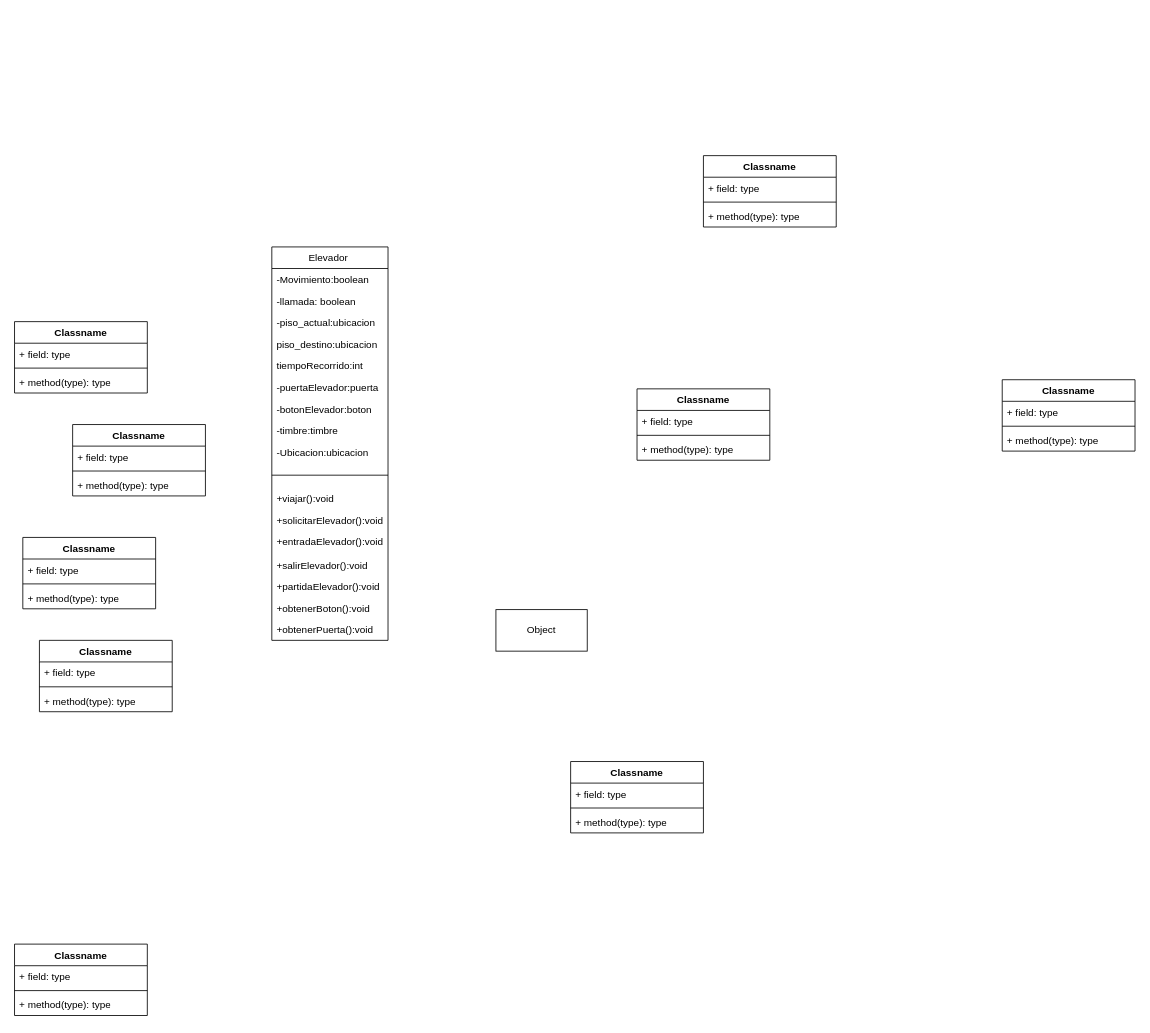
Earlier version of the draw.io diagram Diagrama sin título.drawio (josearpa123/Ascensor). Source tidied: cells renumbered, new cells numbered last; positions are measured from the earlier drawing's top-left corner, leaving out a move shared by most shapes. Both pictures are drawn from the tidied source at 83%, with x=0, y=0 at pixel (14, 155).
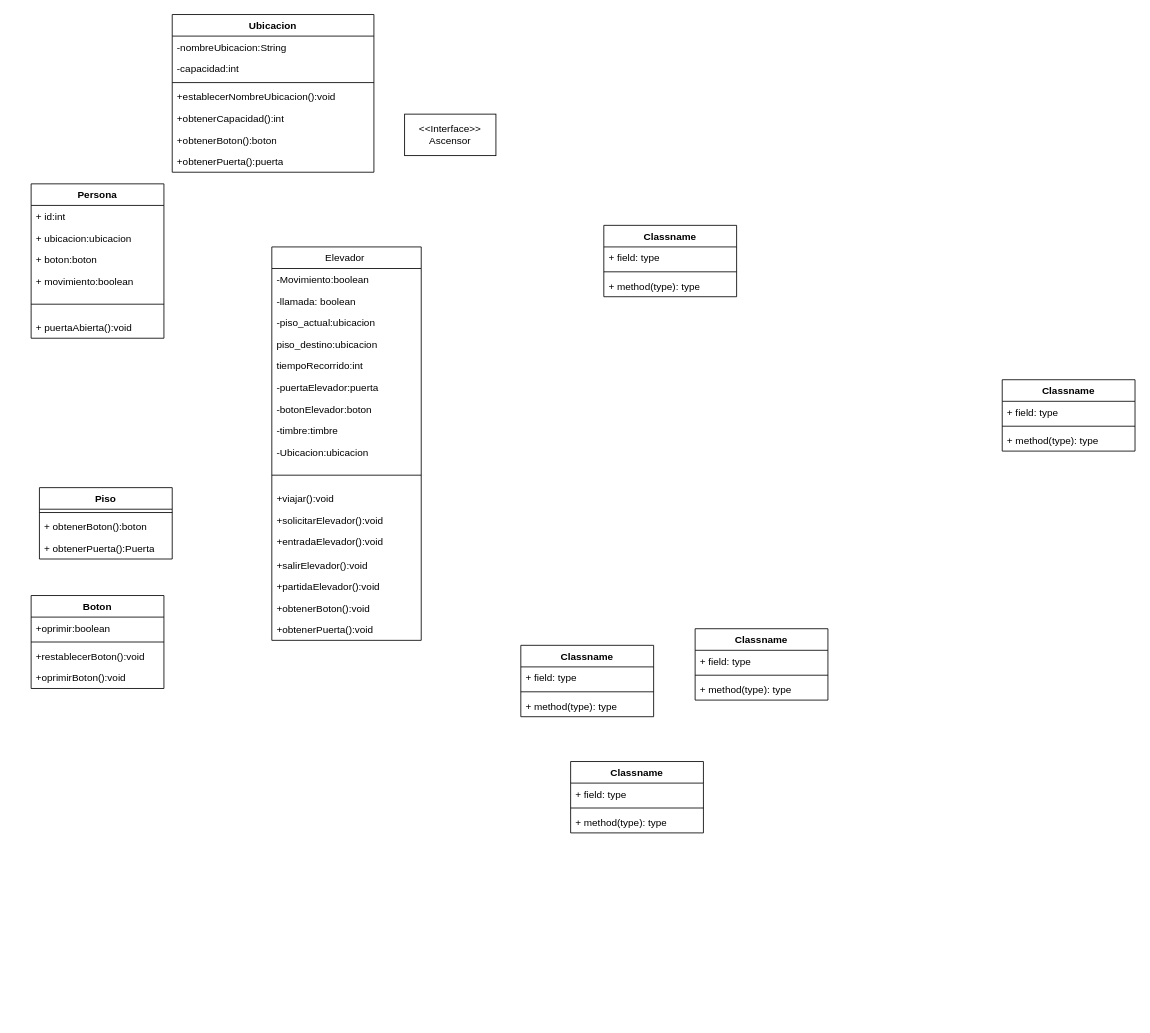
The same diagram, later.

Change to the diagram source:
```diff
@@
     <mxCell id="2" value="Elevador " style="swimlane;fontStyle=0;align=center;verticalAlign=top;horizontal=1;startSize=26;rounded=0;shadow=0;strokeWidth=1;" parent="1" vertex="1">
-      <mxGeometry x="310" y="110" width="140" height="474" as="geometry" />
+      <mxGeometry x="310" y="110" width="180" height="474" as="geometry" />
     </mxCell>
     <mxCell id="3" value="-Movimiento:boolean" style="text;align=left;verticalAlign=top;spacingLeft=4;spacingRight=4;overflow=hidden;" parent="2" vertex="1">
-      <mxGeometry y="26" width="140" height="26" as="geometry" />
+      <mxGeometry y="26" width="180" height="26" as="geometry" />
     </mxCell>
     <mxCell id="4" value="-llamada: boolean" style="text;align=left;verticalAlign=top;spacingLeft=4;spacingRight=4;overflow=hidden;rounded=0;shadow=0;html=0;" parent="2" vertex="1">
-      <mxGeometry y="52" width="140" height="26" as="geometry" />
+      <mxGeometry y="52" width="180" height="26" as="geometry" />
     </mxCell>
     <mxCell id="5" value="-piso_actual:ubicacion" style="text;align=left;verticalAlign=top;spacingLeft=4;spacingRight=4;overflow=hidden;rounded=0;shadow=0;html=0;" parent="2" vertex="1">
-      <mxGeometry y="78" width="140" height="26" as="geometry" />
+      <mxGeometry y="78" width="180" height="26" as="geometry" />
     </mxCell>
     <mxCell id="6" value="piso_destino:ubicacion" style="text;align=left;verticalAlign=top;spacingLeft=4;spacingRight=4;overflow=hidden;rounded=0;shadow=0;html=0;" parent="2" vertex="1">
-      <mxGeometry y="104" width="140" height="26" as="geometry" />
+      <mxGeometry y="104" width="180" height="26" as="geometry" />
     </mxCell>
     <mxCell id="7" value="tiempoRecorrido:int" style="text;align=left;verticalAlign=top;spacingLeft=4;spacingRight=4;overflow=hidden;rounded=0;shadow=0;html=0;" parent="2" vertex="1">
-      <mxGeometry y="130" width="140" height="26" as="geometry" />
+      <mxGeometry y="130" width="180" height="26" as="geometry" />
     </mxCell>
     <mxCell id="8" value="-puertaElevador:puerta" style="text;align=left;verticalAlign=top;spacingLeft=4;spacingRight=4;overflow=hidden;rounded=0;shadow=0;html=0;" parent="2" vertex="1">
-      <mxGeometry y="156" width="140" height="26" as="geometry" />
+      <mxGeometry y="156" width="180" height="26" as="geometry" />
     </mxCell>
     <mxCell id="9" value="-botonElevador:boton" style="text;align=left;verticalAlign=top;spacingLeft=4;spacingRight=4;overflow=hidden;rounded=0;shadow=0;html=0;" parent="2" vertex="1">
-      <mxGeometry y="182" width="140" height="26" as="geometry" />
+      <mxGeometry y="182" width="180" height="26" as="geometry" />
     </mxCell>
     <mxCell id="10" value="-timbre:timbre" style="text;align=left;verticalAlign=top;spacingLeft=4;spacingRight=4;overflow=hidden;rounded=0;shadow=0;html=0;" parent="2" vertex="1">
-      <mxGeometry y="208" width="140" height="26" as="geometry" />
+      <mxGeometry y="208" width="180" height="26" as="geometry" />
     </mxCell>
     <mxCell id="11" value="-Ubicacion:ubicacion&#10;" style="text;align=left;verticalAlign=top;spacingLeft=4;spacingRight=4;overflow=hidden;rounded=0;shadow=0;html=0;" parent="2" vertex="1">
-      <mxGeometry y="234" width="140" height="26" as="geometry" />
+      <mxGeometry y="234" width="180" height="26" as="geometry" />
     </mxCell>
     <mxCell id="12" style="line;html=1;strokeWidth=1;align=left;verticalAlign=middle;spacingTop=-1;spacingLeft=3;spacingRight=3;labelPosition=right;" parent="2" vertex="1">
-      <mxGeometry y="260" width="140" height="30" as="geometry" />
+      <mxGeometry y="260" width="180" height="30" as="geometry" />
     </mxCell>
     <mxCell id="13" value="+viajar():void" style="text;align=left;verticalAlign=top;spacingLeft=4;spacingRight=4;overflow=hidden;" parent="2" vertex="1">
-      <mxGeometry y="290" width="140" height="26" as="geometry" />
+      <mxGeometry y="290" width="180" height="26" as="geometry" />
     </mxCell>
     <mxCell id="14" value="+solicitarElevador():void" style="text;align=left;verticalAlign=top;spacingLeft=4;spacingRight=4;overflow=hidden;" parent="2" vertex="1">
-      <mxGeometry y="316" width="140" height="26" as="geometry" />
+      <mxGeometry y="316" width="180" height="26" as="geometry" />
     </mxCell>
     <mxCell id="15" value="+entradaElevador():void" style="text;align=left;verticalAlign=top;spacingLeft=4;spacingRight=4;overflow=hidden;" parent="2" vertex="1">
-      <mxGeometry y="342" width="140" height="28" as="geometry" />
+      <mxGeometry y="342" width="180" height="28" as="geometry" />
     </mxCell>
     <mxCell id="16" value="+salirElevador():void" style="text;align=left;verticalAlign=top;spacingLeft=4;spacingRight=4;overflow=hidden;" parent="2" vertex="1">
-      <mxGeometry y="370" width="140" height="26" as="geometry" />
+      <mxGeometry y="370" width="180" height="26" as="geometry" />
     </mxCell>
     <mxCell id="17" value="+partidaElevador():void" style="text;align=left;verticalAlign=top;spacingLeft=4;spacingRight=4;overflow=hidden;" parent="2" vertex="1">
-      <mxGeometry y="396" width="140" height="26" as="geometry" />
+      <mxGeometry y="396" width="180" height="26" as="geometry" />
     </mxCell>
     <mxCell id="18" value="+obtenerBoton():void" style="text;align=left;verticalAlign=top;spacingLeft=4;spacingRight=4;overflow=hidden;" parent="2" vertex="1">
-      <mxGeometry y="422" width="140" height="26" as="geometry" />
+      <mxGeometry y="422" width="180" height="26" as="geometry" />
     </mxCell>
     <mxCell id="19" value="+obtenerPuerta():void" style="text;align=left;verticalAlign=top;spacingLeft=4;spacingRight=4;overflow=hidden;" parent="2" vertex="1">
-      <mxGeometry y="448" width="140" height="26" as="geometry" />
+      <mxGeometry y="448" width="180" height="26" as="geometry" />
     </mxCell>
     <mxCell id="20" value="Classname" style="swimlane;fontStyle=1;align=center;verticalAlign=top;horizontal=1;startSize=26;whiteSpace=wrap;html=1;" parent="1" vertex="1">
-      <mxGeometry x="10" y="460" width="160" height="86" as="geometry" />
+      <mxGeometry x="820" y="570" width="160" height="86" as="geometry" />
     </mxCell>
@@
     <mxCell id="24" value="Classname" style="swimlane;fontStyle=1;align=center;verticalAlign=top;horizontal=1;startSize=26;whiteSpace=wrap;html=1;" parent="1" vertex="1">
-      <mxGeometry x="70" y="324" width="160" height="86" as="geometry" />
+      <mxGeometry x="710" y="84" width="160" height="86" as="geometry" />
     </mxCell>
@@
-    <mxCell id="28" value="Classname" style="swimlane;fontStyle=1;align=center;verticalAlign=top;horizontal=1;startSize=26;whiteSpace=wrap;html=1;" parent="1" vertex="1">
-      <mxGeometry y="200" width="160" height="86" as="geometry" />
+    <mxCell id="28" value="Boton" style="swimlane;fontStyle=1;align=center;verticalAlign=top;horizontal=1;startSize=26;whiteSpace=wrap;html=1;" parent="1" vertex="1">
+      <mxGeometry x="20" y="530" width="160" height="112" as="geometry" />
     </mxCell>
-    <mxCell id="29" value="+ field: type" style="text;strokeColor=none;fillColor=none;align=left;verticalAlign=top;spacingLeft=4;spacingRight=4;overflow=hidden;whiteSpace=wrap;html=1;" parent="28" vertex="1">
+    <mxCell id="29" value="+oprimir:boolean" style="text;strokeColor=none;fillColor=none;align=left;verticalAlign=top;spacingLeft=4;spacingRight=4;overflow=hidden;whiteSpace=wrap;html=1;" parent="28" vertex="1">
       <mxGeometry y="26" width="160" height="26" as="geometry" />
     </mxCell>
@@
-    <mxCell id="31" value="+ method(type): type" style="text;strokeColor=none;fillColor=none;align=left;verticalAlign=top;spacingLeft=4;spacingRight=4;overflow=hidden;whiteSpace=wrap;html=1;" parent="28" vertex="1">
+    <mxCell id="31" value="+restablecerBoton():void" style="text;strokeColor=none;fillColor=none;align=left;verticalAlign=top;spacingLeft=4;spacingRight=4;overflow=hidden;whiteSpace=wrap;html=1;" parent="28" vertex="1">
       <mxGeometry y="60" width="160" height="26" as="geometry" />
     </mxCell>
+    <mxCell id="57" value="+oprimirBoton():void" style="text;strokeColor=none;fillColor=none;align=left;verticalAlign=top;spacingLeft=4;spacingRight=4;overflow=hidden;whiteSpace=wrap;html=1;" parent="28" vertex="1">
+      <mxGeometry y="86" width="160" height="26" as="geometry" />
+    </mxCell>
-    <mxCell id="32" value="Classname" style="swimlane;fontStyle=1;align=center;verticalAlign=top;horizontal=1;startSize=26;whiteSpace=wrap;html=1;" parent="1" vertex="1">
-      <mxGeometry x="30" y="584" width="160" height="86" as="geometry" />
+    <mxCell id="32" value="Ubicacion" style="swimlane;fontStyle=1;align=center;verticalAlign=top;horizontal=1;startSize=26;whiteSpace=wrap;html=1;" parent="1" vertex="1">
+      <mxGeometry x="190" y="-170" width="243" height="190" as="geometry" />
     </mxCell>
-    <mxCell id="33" value="+ field: type" style="text;strokeColor=none;fillColor=none;align=left;verticalAlign=top;spacingLeft=4;spacingRight=4;overflow=hidden;whiteSpace=wrap;html=1;" parent="32" vertex="1">
-      <mxGeometry y="26" width="160" height="26" as="geometry" />
+    <mxCell id="33" value="-nombreUbicacion:String" style="text;strokeColor=none;fillColor=none;align=left;verticalAlign=top;spacingLeft=4;spacingRight=4;overflow=hidden;whiteSpace=wrap;html=1;" parent="32" vertex="1">
+      <mxGeometry y="26" width="243" height="26" as="geometry" />
     </mxCell>
+    <mxCell id="58" value="-capacidad:int" style="text;strokeColor=none;fillColor=none;align=left;verticalAlign=top;spacingLeft=4;spacingRight=4;overflow=hidden;whiteSpace=wrap;html=1;" parent="32" vertex="1">
+      <mxGeometry y="52" width="243" height="26" as="geometry" />
+    </mxCell>
     <mxCell id="34" style="line;strokeWidth=1;fillColor=none;align=left;verticalAlign=middle;spacingTop=-1;spacingLeft=3;spacingRight=3;labelPosition=right;strokeColor=inherit;" parent="32" vertex="1">
-      <mxGeometry y="52" width="160" height="8" as="geometry" />
+      <mxGeometry y="78" width="243" height="8" as="geometry" />
     </mxCell>
-    <mxCell id="35" value="+ method(type): type" style="text;strokeColor=none;fillColor=none;align=left;verticalAlign=top;spacingLeft=4;spacingRight=4;overflow=hidden;whiteSpace=wrap;html=1;" parent="32" vertex="1">
-      <mxGeometry y="60" width="160" height="26" as="geometry" />
+    <mxCell id="35" value="+establecerNombreUbicacion():void" style="text;strokeColor=none;fillColor=none;align=left;verticalAlign=top;spacingLeft=4;spacingRight=4;overflow=hidden;whiteSpace=wrap;html=1;" parent="32" vertex="1">
+      <mxGeometry y="86" width="243" height="26" as="geometry" />
     </mxCell>
+    <mxCell id="59" value="+obtenerCapacidad():int" style="text;strokeColor=none;fillColor=none;align=left;verticalAlign=top;spacingLeft=4;spacingRight=4;overflow=hidden;whiteSpace=wrap;html=1;" parent="32" vertex="1">
+      <mxGeometry y="112" width="243" height="26" as="geometry" />
+    </mxCell>
+    <mxCell id="60" value="+obtenerBoton():boton" style="text;strokeColor=none;fillColor=none;align=left;verticalAlign=top;spacingLeft=4;spacingRight=4;overflow=hidden;whiteSpace=wrap;html=1;" parent="32" vertex="1">
+      <mxGeometry y="138" width="243" height="26" as="geometry" />
+    </mxCell>
+    <mxCell id="61" value="+obtenerPuerta():puerta" style="text;strokeColor=none;fillColor=none;align=left;verticalAlign=top;spacingLeft=4;spacingRight=4;overflow=hidden;whiteSpace=wrap;html=1;" parent="32" vertex="1">
+      <mxGeometry y="164" width="243" height="26" as="geometry" />
+    </mxCell>
     <mxCell id="36" value="Classname" style="swimlane;fontStyle=1;align=center;verticalAlign=top;horizontal=1;startSize=26;whiteSpace=wrap;html=1;" parent="1" vertex="1">
-      <mxGeometry y="950" width="160" height="86" as="geometry" />
+      <mxGeometry x="610" y="590" width="160" height="86" as="geometry" />
     </mxCell>
@@
-    <mxCell id="40" value="Classname" style="swimlane;fontStyle=1;align=center;verticalAlign=top;horizontal=1;startSize=26;whiteSpace=wrap;html=1;" parent="1" vertex="1">
-      <mxGeometry x="830" width="160" height="86" as="geometry" />
+    <mxCell id="40" value="Persona" style="swimlane;fontStyle=1;align=center;verticalAlign=top;horizontal=1;startSize=26;whiteSpace=wrap;html=1;" parent="1" vertex="1">
+      <mxGeometry x="20" y="34" width="160" height="186" as="geometry" />
     </mxCell>
-    <mxCell id="41" value="+ field: type" style="text;strokeColor=none;fillColor=none;align=left;verticalAlign=top;spacingLeft=4;spacingRight=4;overflow=hidden;whiteSpace=wrap;html=1;" parent="40" vertex="1">
+    <mxCell id="41" value="+ id:int" style="text;strokeColor=none;fillColor=none;align=left;verticalAlign=top;spacingLeft=4;spacingRight=4;overflow=hidden;whiteSpace=wrap;html=1;" parent="40" vertex="1">
       <mxGeometry y="26" width="160" height="26" as="geometry" />
     </mxCell>
+    <mxCell id="62" value="+ ubicacion:ubicacion&lt;span style=&quot;white-space: pre;&quot;&gt;&#9;&lt;/span&gt;" style="text;strokeColor=none;fillColor=none;align=left;verticalAlign=top;spacingLeft=4;spacingRight=4;overflow=hidden;whiteSpace=wrap;html=1;" parent="40" vertex="1">
+      <mxGeometry y="52" width="160" height="26" as="geometry" />
+    </mxCell>
+    <mxCell id="63" value="+ boton:boton" style="text;strokeColor=none;fillColor=none;align=left;verticalAlign=top;spacingLeft=4;spacingRight=4;overflow=hidden;whiteSpace=wrap;html=1;" parent="40" vertex="1">
+      <mxGeometry y="78" width="160" height="26" as="geometry" />
+    </mxCell>
+    <mxCell id="64" value="+ movimiento:boolean" style="text;strokeColor=none;fillColor=none;align=left;verticalAlign=top;spacingLeft=4;spacingRight=4;overflow=hidden;whiteSpace=wrap;html=1;" parent="40" vertex="1">
+      <mxGeometry y="104" width="160" height="26" as="geometry" />
+    </mxCell>
     <mxCell id="42" style="line;strokeWidth=1;fillColor=none;align=left;verticalAlign=middle;spacingTop=-1;spacingLeft=3;spacingRight=3;labelPosition=right;strokeColor=inherit;" parent="40" vertex="1">
-      <mxGeometry y="52" width="160" height="8" as="geometry" />
+      <mxGeometry y="130" width="160" height="30" as="geometry" />
     </mxCell>
-    <mxCell id="43" value="+ method(type): type" style="text;strokeColor=none;fillColor=none;align=left;verticalAlign=top;spacingLeft=4;spacingRight=4;overflow=hidden;whiteSpace=wrap;html=1;" parent="40" vertex="1">
-      <mxGeometry y="60" width="160" height="26" as="geometry" />
+    <mxCell id="43" value="+ puertaAbierta():void" style="text;strokeColor=none;fillColor=none;align=left;verticalAlign=top;spacingLeft=4;spacingRight=4;overflow=hidden;whiteSpace=wrap;html=1;" parent="40" vertex="1">
+      <mxGeometry y="160" width="160" height="26" as="geometry" />
     </mxCell>
@@
-    <mxCell id="48" value="Classname" style="swimlane;fontStyle=1;align=center;verticalAlign=top;horizontal=1;startSize=26;whiteSpace=wrap;html=1;" parent="1" vertex="1">
-      <mxGeometry x="750" y="281" width="160" height="86" as="geometry" />
+    <mxCell id="48" value="Piso" style="swimlane;fontStyle=1;align=center;verticalAlign=top;horizontal=1;startSize=26;whiteSpace=wrap;html=1;" parent="1" vertex="1">
+      <mxGeometry x="30" y="400" width="160" height="86" as="geometry" />
     </mxCell>
-    <mxCell id="49" value="+ field: type" style="text;strokeColor=none;fillColor=none;align=left;verticalAlign=top;spacingLeft=4;spacingRight=4;overflow=hidden;whiteSpace=wrap;html=1;" parent="48" vertex="1">
-      <mxGeometry y="26" width="160" height="26" as="geometry" />
-    </mxCell>
     <mxCell id="50" style="line;strokeWidth=1;fillColor=none;align=left;verticalAlign=middle;spacingTop=-1;spacingLeft=3;spacingRight=3;labelPosition=right;strokeColor=inherit;" parent="48" vertex="1">
-      <mxGeometry y="52" width="160" height="8" as="geometry" />
+      <mxGeometry y="26" width="160" height="8" as="geometry" />
     </mxCell>
-    <mxCell id="51" value="+ method(type): type" style="text;strokeColor=none;fillColor=none;align=left;verticalAlign=top;spacingLeft=4;spacingRight=4;overflow=hidden;whiteSpace=wrap;html=1;" parent="48" vertex="1">
-      <mxGeometry y="60" width="160" height="26" as="geometry" />
+    <mxCell id="51" value="+ obtenerBoton():boton" style="text;strokeColor=none;fillColor=none;align=left;verticalAlign=top;spacingLeft=4;spacingRight=4;overflow=hidden;whiteSpace=wrap;html=1;" parent="48" vertex="1">
+      <mxGeometry y="34" width="160" height="26" as="geometry" />
     </mxCell>
+    <mxCell id="65" value="+ obtenerPuerta():Puerta" style="text;strokeColor=none;fillColor=none;align=left;verticalAlign=top;spacingLeft=4;spacingRight=4;overflow=hidden;whiteSpace=wrap;html=1;" parent="48" vertex="1">
+      <mxGeometry y="60" width="160" height="26" as="geometry" />
+    </mxCell>
@@
-    <mxCell id="56" value="Object" style="html=1;whiteSpace=wrap;" parent="1" vertex="1">
-      <mxGeometry x="580" y="547" width="110" height="50" as="geometry" />
+    <mxCell id="56" value="&amp;lt;&amp;lt;Interface&amp;gt;&amp;gt;&lt;br&gt;Ascensor" style="html=1;whiteSpace=wrap;" parent="1" vertex="1">
+      <mxGeometry x="470" y="-50" width="110" height="50" as="geometry" />
     </mxCell>
```
